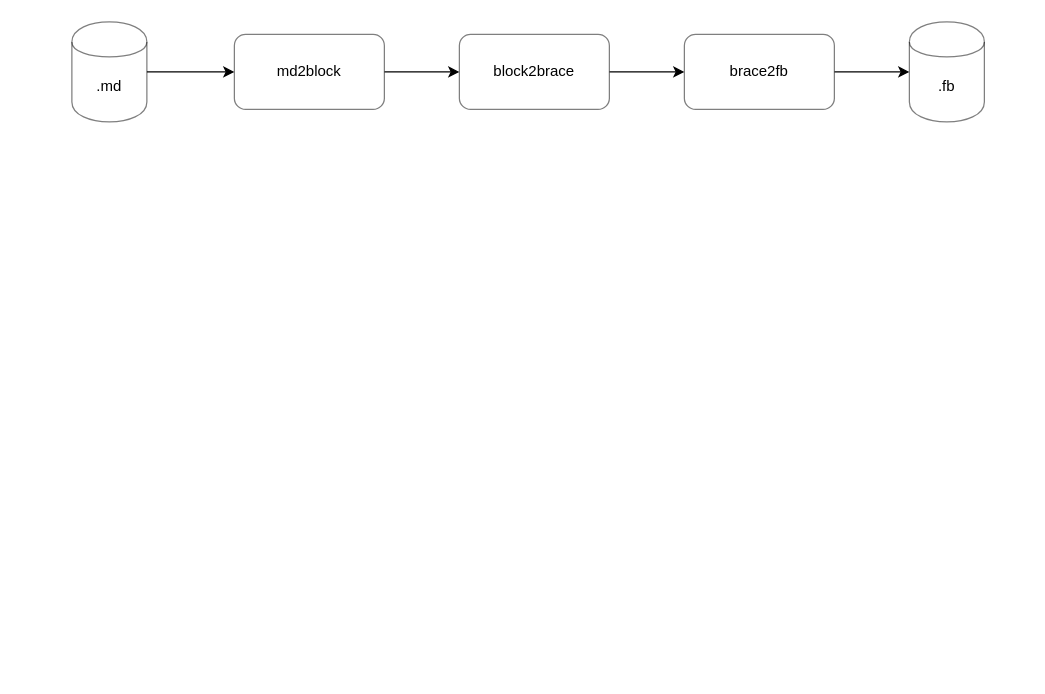
This is page "workflow" (12 of 15) of hello manual.drawio from guitarvydas/asc-manually, a draw.io file, before an edit. Source tidied: cells renumbered, new cells numbered last; positions are measured from the earlier drawing's top-left corner, leaving out a move shared by most shapes. Both pictures are drawn from the tidied source at 125%, with x=0, y=0 at pixel (71, 21).
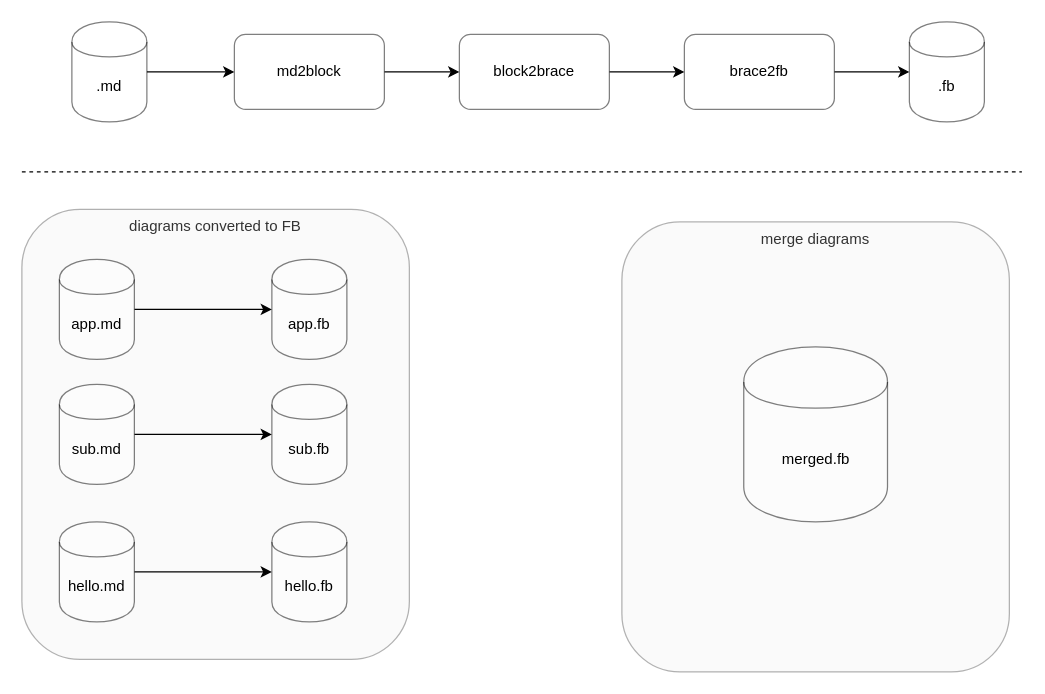
After the change.

Diff of the diagram source:
```diff
@@
+    <mxCell id="11" value="diagrams converted to FB" style="rounded=1;whiteSpace=wrap;html=1;opacity=50;verticalAlign=top;fillColor=#f5f5f5;strokeColor=#666666;fontColor=#333333;" parent="1" vertex="1">
+      <mxGeometry x="-40" y="150" width="310" height="360" as="geometry" />
+    </mxCell>
@@
+    <mxCell id="12" value="app.fb" style="shape=cylinder;whiteSpace=wrap;html=1;boundedLbl=1;backgroundOutline=1;opacity=50;" parent="1" vertex="1">
+      <mxGeometry x="160" y="190" width="60" height="80" as="geometry" />
+    </mxCell>
+    <mxCell id="13" style="edgeStyle=orthogonalEdgeStyle;rounded=0;jettySize=auto;html=1;exitX=1;exitY=0.5;exitDx=0;exitDy=0;" parent="1" edge="1" source="14" target="12">
+      <mxGeometry relative="1" as="geometry" />
+    </mxCell>
+    <mxCell id="14" value="app.md" style="shape=cylinder;whiteSpace=wrap;html=1;boundedLbl=1;backgroundOutline=1;opacity=50;" parent="1" vertex="1">
+      <mxGeometry x="-10" y="190" width="60" height="80" as="geometry" />
+    </mxCell>
+    <mxCell id="15" style="edgeStyle=orthogonalEdgeStyle;rounded=0;jettySize=auto;html=1;exitX=1;exitY=0.5;exitDx=0;exitDy=0;" parent="1" edge="1" source="16" target="19">
+      <mxGeometry relative="1" as="geometry" />
+    </mxCell>
+    <mxCell id="16" value="sub.md" style="shape=cylinder;whiteSpace=wrap;html=1;boundedLbl=1;backgroundOutline=1;opacity=50;" parent="1" vertex="1">
+      <mxGeometry x="-10" y="290" width="60" height="80" as="geometry" />
+    </mxCell>
+    <mxCell id="17" style="edgeStyle=orthogonalEdgeStyle;rounded=0;jettySize=auto;html=1;exitX=1;exitY=0.5;exitDx=0;exitDy=0;" parent="1" edge="1" source="18" target="20">
+      <mxGeometry relative="1" as="geometry" />
+    </mxCell>
+    <mxCell id="18" value="hello.md" style="shape=cylinder;whiteSpace=wrap;html=1;boundedLbl=1;backgroundOutline=1;opacity=50;" parent="1" vertex="1">
+      <mxGeometry x="-10" y="400" width="60" height="80" as="geometry" />
+    </mxCell>
+    <mxCell id="19" value="sub.fb" style="shape=cylinder;whiteSpace=wrap;html=1;boundedLbl=1;backgroundOutline=1;opacity=50;" parent="1" vertex="1">
+      <mxGeometry x="160" y="290" width="60" height="80" as="geometry" />
+    </mxCell>
+    <mxCell id="20" value="hello.fb" style="shape=cylinder;whiteSpace=wrap;html=1;boundedLbl=1;backgroundOutline=1;opacity=50;" parent="1" vertex="1">
+      <mxGeometry x="160" y="400" width="60" height="80" as="geometry" />
+    </mxCell>
+    <mxCell id="21" style="endArrow=none;dashed=1;html=1;" parent="1" edge="1">
+      <mxGeometry relative="1" as="geometry">
+        <mxPoint x="-40" y="120" as="sourcePoint" />
+        <mxPoint x="760" y="120" as="targetPoint" />
+      </mxGeometry>
+    </mxCell>
+    <mxCell id="22" value="merge diagrams" style="rounded=1;whiteSpace=wrap;html=1;opacity=50;verticalAlign=top;fillColor=#f5f5f5;strokeColor=#666666;fontColor=#333333;" parent="1" vertex="1">
+      <mxGeometry x="440" y="160" width="310" height="360" as="geometry" />
+    </mxCell>
+    <mxCell id="23" value="merged.fb" style="shape=cylinder;whiteSpace=wrap;html=1;boundedLbl=1;backgroundOutline=1;opacity=50;" parent="1" vertex="1">
+      <mxGeometry x="537.5" y="260" width="115" height="140" as="geometry" />
+    </mxCell>
```
